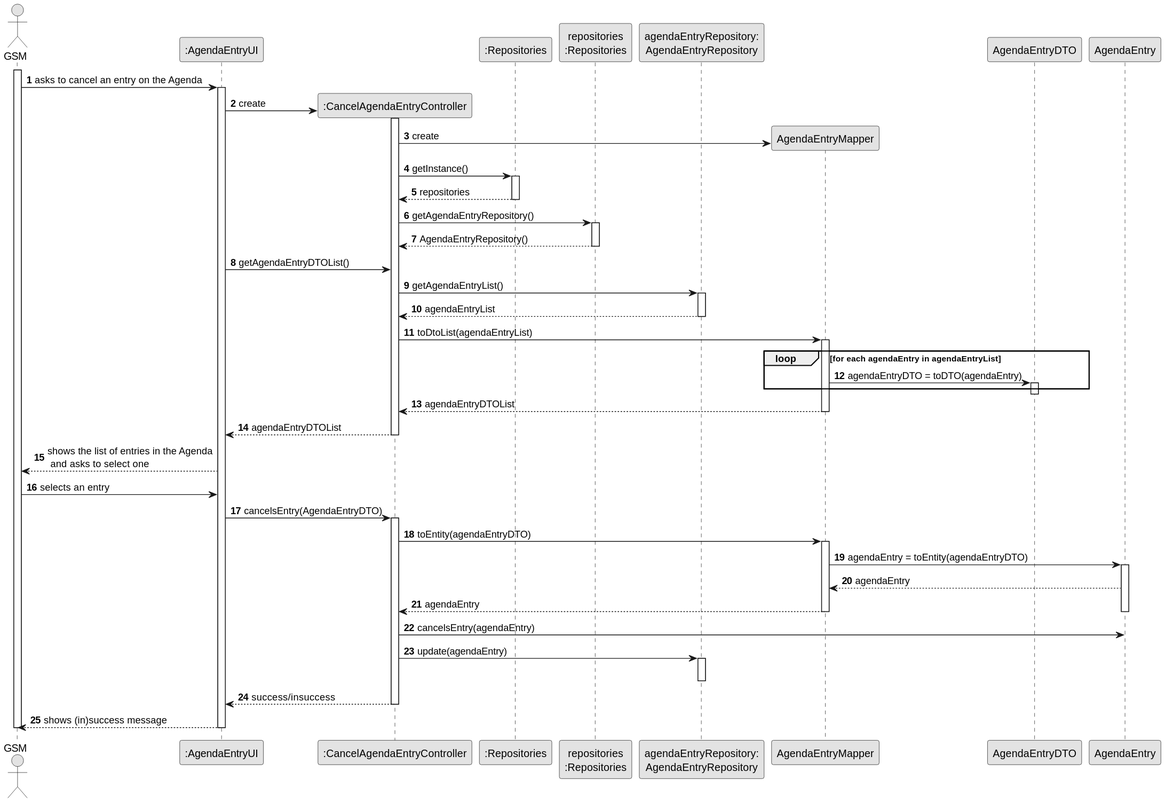
This is docs/sprintC/us025/03.design/svg/us025-sequence-diagram-full.svg from Departamento-de-Engenharia-Informatica/lei-24-s2-1do-g164, a PlantUML export, as it was before one commit.
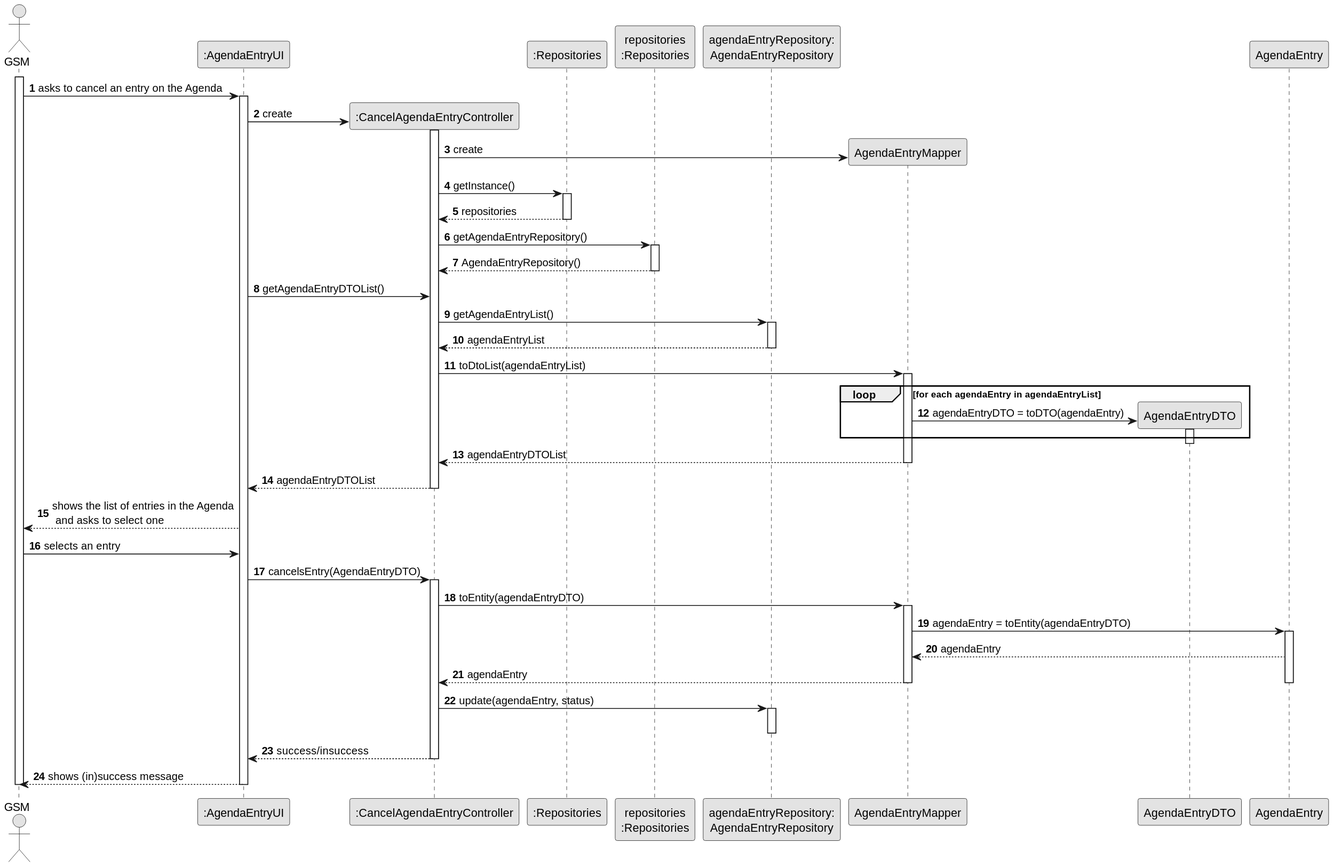
The same file after the commit.

Change to the diagram source:
```diff
@@ -59,7 +59,7 @@
 
                  loop for each agendaEntry in agendaEntryList
 
-                 "AgendaEntryMapper" -> "AgendaEntryDTO" : agendaEntryDTO = toDTO(agendaEntry)
+                 "AgendaEntryMapper" -> "AgendaEntryDTO"** : agendaEntryDTO = toDTO(agendaEntry)
 
                   activate "AgendaEntryDTO"
                   end
@@ -91,10 +91,8 @@
                 deactivate "AgendaEntry"
                 deactivate "AgendaEntryMapper"
 
-                CTRL-> "AgendaEntry": cancelsEntry(agendaEntry)
+                CTRL-> Repo: update(agendaEntry, status)
 
-
-                CTRL-> Repo: update(agendaEntry)
                 activate Repo
                 deactivate "AgendaEntry"
               deactivate Repo
@@ -105,5 +103,5 @@
                deactivate UI
 
 
-deactivate GSM
+               deactivate GSM
 @enduml
```
